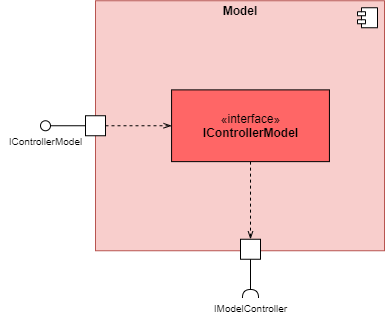
KjellooMelloo/gameoftrons keeps this draw.io diagram as Doku/images/Model_Ebene2.png. Above is the earlier version. Source tidied: cells renumbered, new cells last; positions are measured from the earlier drawing's top-left corner, leaving out a move shared by most shapes.
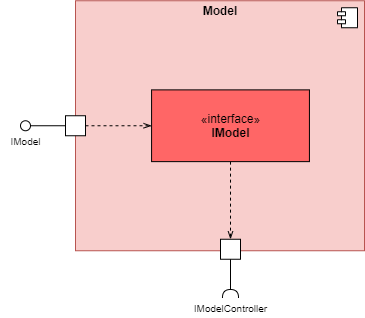
Above is the later version.

Commit message:
updated model Ebene_2

Change to the diagram source:
```diff
@@ -22,8 +22,8 @@
     <mxCell id="7" style="rounded=0;whiteSpace=wrap;html=1;" parent="1" vertex="1">
       <mxGeometry x="85" y="115.2" width="20" height="20" as="geometry" />
     </mxCell>
-    <mxCell id="8" value="&lt;font style=&quot;font-size: 10px&quot;&gt;IControllerModel&lt;/font&gt;" style="text;html=1;align=center;verticalAlign=middle;" parent="1" vertex="1">
-      <mxGeometry y="130.2" width="90" height="20" as="geometry" />
+    <mxCell id="8" value="&lt;font style=&quot;font-size: 10px&quot;&gt;IModel&lt;/font&gt;" style="text;html=1;align=center;verticalAlign=middle;" parent="1" vertex="1">
+      <mxGeometry x="20" y="130.2" width="50" height="20" as="geometry" />
     </mxCell>
     <mxCell id="9" style="edgeStyle=orthogonalEdgeStyle;rounded=0;jettySize=auto;html=1;endArrow=openThin;endFill=0;dashed=1;exitX=0.5;exitY=1;exitDx=0;exitDy=0;entryX=0.5;entryY=0;entryDx=0;entryDy=0;" parent="1" edge="1" source="12" target="10">
       <mxGeometry relative="1" as="geometry" />
@@ -34,7 +34,7 @@
     <mxCell id="11" value="&lt;b&gt;Model&lt;/b&gt;" style="text;html=1;strokeColor=none;fillColor=none;align=center;verticalAlign=middle;whiteSpace=wrap;rounded=0;" parent="1" vertex="1">
       <mxGeometry x="220" y="0.2" width="40" height="20" as="geometry" />
     </mxCell>
-    <mxCell id="12" value="«interface»&lt;br&gt;&lt;b&gt;IControllerModel&lt;/b&gt;" style="html=1;strokeWidth=1;fillColor=#FF6666;" parent="1" vertex="1">
+    <mxCell id="12" value="«interface»&lt;br&gt;&lt;b&gt;IModel&lt;/b&gt;" style="html=1;strokeWidth=1;fillColor=#FF6666;" parent="1" vertex="1">
       <mxGeometry x="171.1" y="89.4" width="157.8" height="71.8" as="geometry" />
     </mxCell>
     <mxCell id="13" value="&lt;span style=&quot;font-size: 10px&quot;&gt;IModelController&lt;/span&gt;" style="text;html=1;align=center;verticalAlign=middle;points=[];" parent="1" vertex="1">
```
